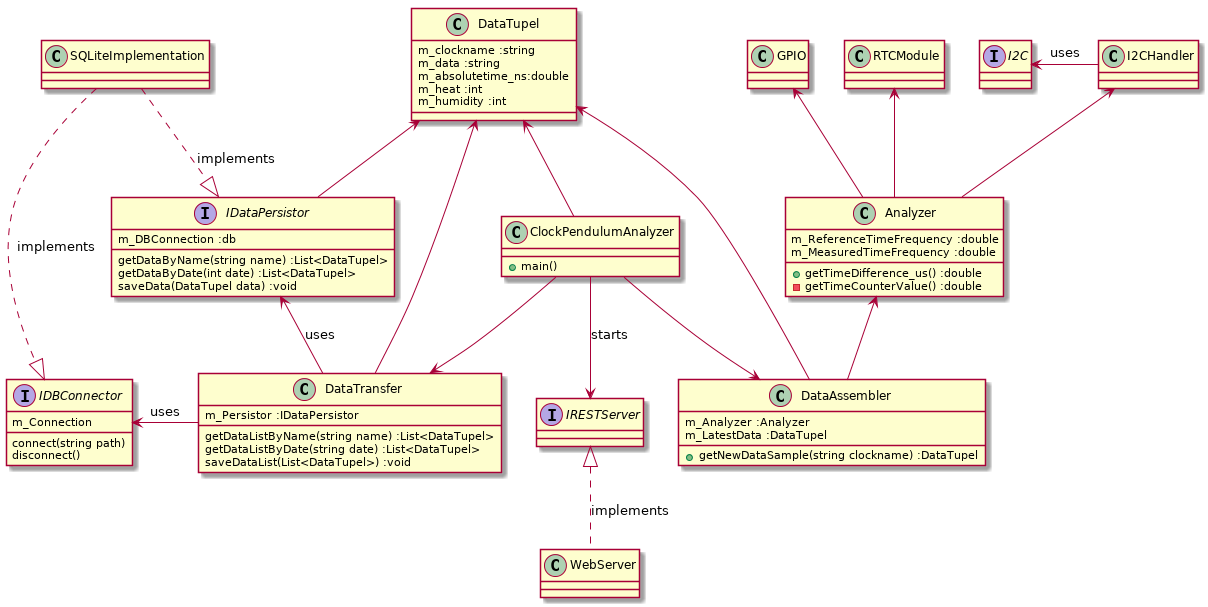
This is docs/uml/classdiagramm.png from gnomengineer/ClockPendelumAnalyzer, a PlantUML export, as it was before one commit.
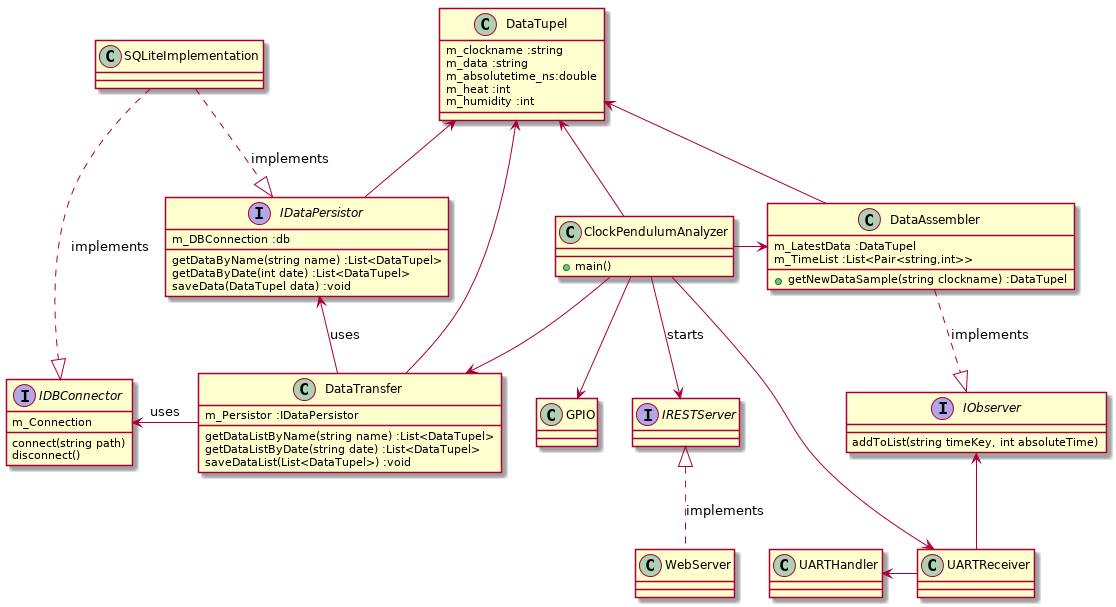
Later version of the same file.

Commit message:
updated class diagram to show latest changes in code

What changed in the source:
```diff
@@ -3,18 +3,10 @@
     +main()
 }
 class GPIO
-class I2CHandler
-class RTCModule
-class Analyzer {
-    m_ReferenceTimeFrequency :double
-    m_MeasuredTimeFrequency :double
-    + getTimeDifference_us() :double
-    - getTimeCounterValue() :double
-}
 class WebServer
 class DataAssembler {
-    m_Analyzer :Analyzer
     m_LatestData :DataTupel
+    m_TimeList :List<Pair<string,int>>
     +getNewDataSample(string clockname) :DataTupel
 }
 class DataTransfer {
@@ -31,8 +23,9 @@
     m_humidity :int
 }
 class SQLiteImplementation
+class UARTHandler
+class UARTReceiver
 
-interface I2C
 interface IRESTServer
 interface IDataPersistor {
     m_DBConnection :db
@@ -47,15 +40,18 @@
     disconnect()
 }
 
-GPIO <-- Analyzer
-I2CHandler <-- Analyzer
-RTCModule <-- Analyzer
+interface IObserver {
+    addToList(string timeKey, int absoluteTime)
+}
 
-I2C <- I2CHandler :uses
-Analyzer <-- DataAssembler
+ClockPendulumAnalyzer --> GPIO
+DataAssembler .down.|> IObserver :implements
+ClockPendulumAnalyzer --> UARTReceiver
+UARTHandler <- UARTReceiver
+IObserver <-- UARTReceiver
 
-ClockPendulumAnalyzer --> DataTransfer
-ClockPendulumAnalyzer --> DataAssembler
+ClockPendulumAnalyzer -right-> DataTransfer
+ClockPendulumAnalyzer -right-> DataAssembler
 ClockPendulumAnalyzer --> IRESTServer :starts
 
 DataTupel <-- ClockPendulumAnalyzer
@@ -71,5 +67,6 @@
 
 WebServer .up.|> IRESTServer :implements
 
+WebServer <-[hidden] UARTHandler
 IDBConnector <-[hidden]down- IDataPersistor
 @enduml
```
